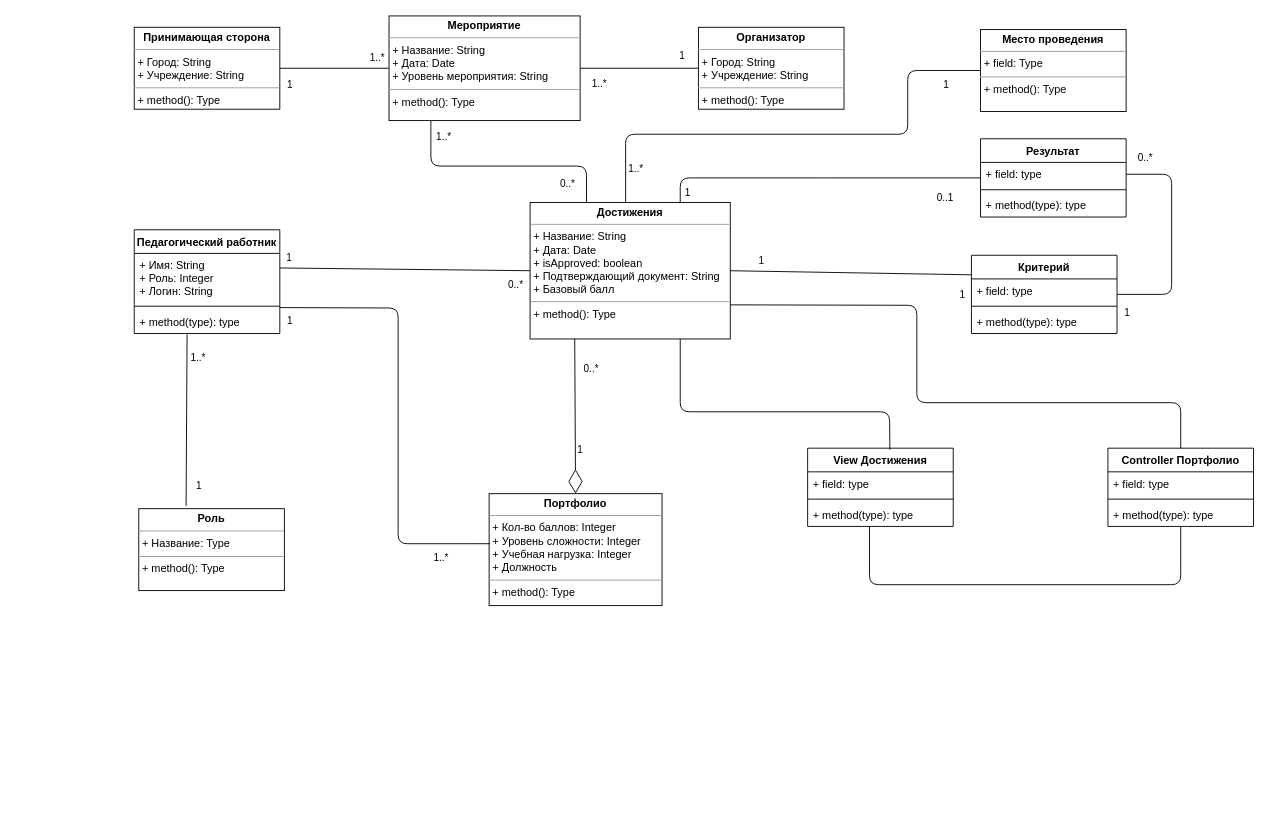
This is page "Page-2" (2 of 2) of Диаграмма классов.drawio from Alexk80/keywords, a draw.io file, before an edit. Source tidied: cells renumbered, new cells numbered last; positions are measured from the earlier drawing's top-left corner, leaving out a move shared by most shapes. Both pictures are drawn from the tidied source at 91%, with x=0, y=0 at pixel (134, 15).
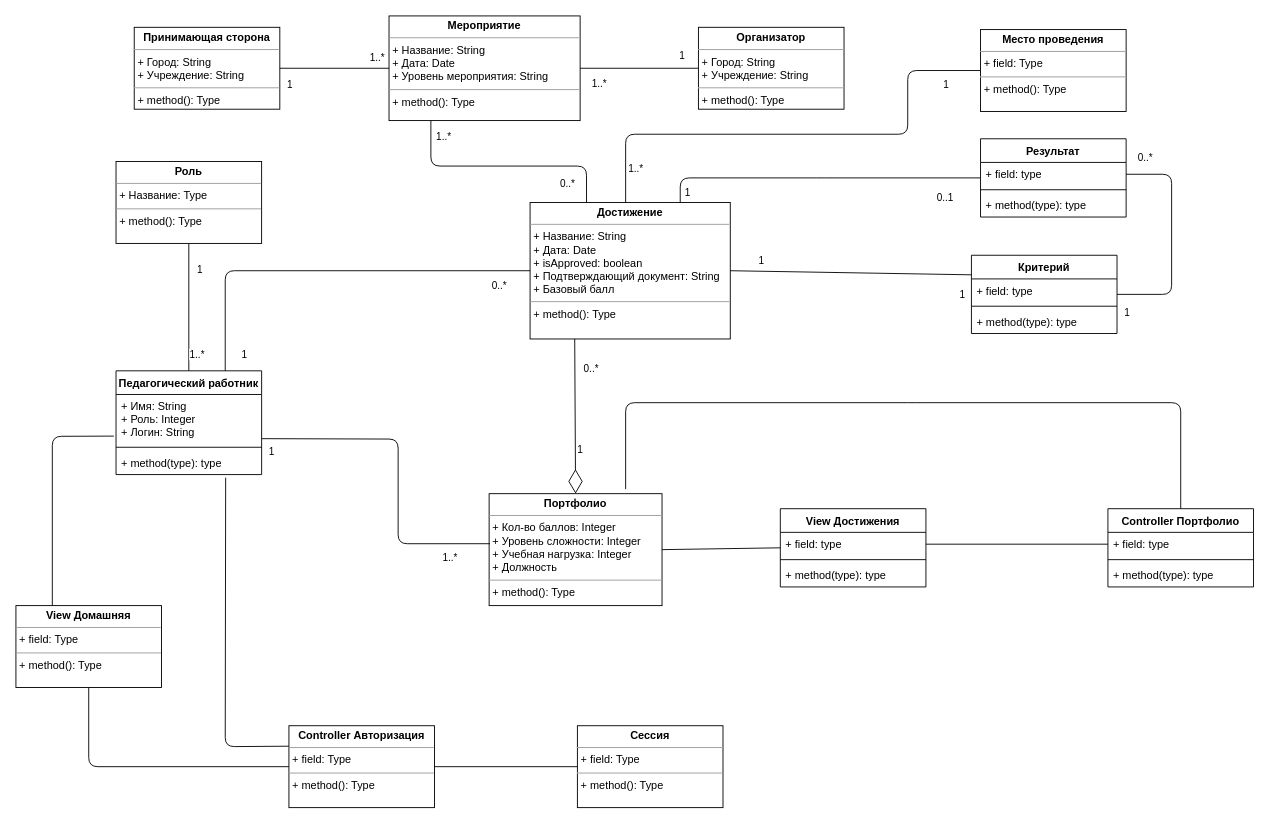
The same page after the edit.

Unchanged cells that the change refers to:
```xml
<mxCell id="3" value="+ Имя: String&#10;+ Роль: Integer&#10;+ Логин: String&#10;" style="text;strokeColor=none;fillColor=none;align=left;verticalAlign=top;spacingLeft=4;spacingRight=4;overflow=hidden;points=[[0,0.5],[1,0.5]];portConstraint=eastwest;" parent="2" vertex="1">
  <mxGeometry y="26" width="160" height="54" as="geometry" />
</mxCell>
<mxCell id="5" value="+ method(type): type" style="text;strokeColor=none;fillColor=none;align=left;verticalAlign=top;spacingLeft=4;spacingRight=4;overflow=hidden;points=[[0,0.5],[1,0.5]];portConstraint=eastwest;" parent="2" vertex="1">
  <mxGeometry y="88" width="160" height="26" as="geometry" />
</mxCell>
<mxCell id="8" value="&lt;p style=&quot;margin: 0px ; margin-top: 4px ; text-align: center&quot;&gt;&lt;b&gt;Портфолио&lt;/b&gt;&lt;br&gt;&lt;/p&gt;&lt;hr size=&quot;1&quot;&gt;&lt;p style=&quot;margin: 0px ; margin-left: 4px&quot;&gt;+ Кол-во баллов: Integer&lt;br&gt;&lt;/p&gt;&lt;p style=&quot;margin: 0px ; margin-left: 4px&quot;&gt;+ Уровень сложности: Integer&lt;/p&gt;&lt;p style=&quot;margin: 0px ; margin-left: 4px&quot;&gt;+ Учебная нагрузка: Integer&lt;/p&gt;&lt;p style=&quot;margin: 0px ; margin-left: 4px&quot;&gt;+ Должность&lt;br&gt;&lt;/p&gt;&lt;hr size=&quot;1&quot;&gt;&lt;p style=&quot;margin: 0px ; margin-left: 4px&quot;&gt;+ method(): Type&lt;/p&gt;" style="verticalAlign=top;align=left;overflow=fill;fontSize=12;fontFamily=Helvetica;html=1;" parent="1" vertex="1">
  <mxGeometry x="390" y="525" width="190" height="123" as="geometry" />
</mxCell>
<mxCell id="55" value="+ field: type" style="text;strokeColor=none;fillColor=none;align=left;verticalAlign=top;spacingLeft=4;spacingRight=4;overflow=hidden;points=[[0,0.5],[1,0.5]];portConstraint=eastwest;" parent="54" vertex="1">
  <mxGeometry y="26" width="160" height="26" as="geometry" />
</mxCell>
<mxCell id="60" value="+ field: type" style="text;strokeColor=none;fillColor=none;align=left;verticalAlign=top;spacingLeft=4;spacingRight=4;overflow=hidden;points=[[0,0.5],[1,0.5]];portConstraint=eastwest;" parent="59" vertex="1">
  <mxGeometry y="26" width="160" height="26" as="geometry" />
</mxCell>
```

What changed in the source:
```diff
@@
     <mxCell id="2" value="Педагогический работник" style="swimlane;fontStyle=1;align=center;verticalAlign=top;horizontal=1;startSize=26;" parent="1" vertex="1">
-      <mxGeometry y="235" width="160" height="114" as="geometry" />
+      <mxGeometry x="-20" y="390" width="160" height="114" as="geometry" />
     </mxCell>
@@
     <mxCell id="9" value="&lt;p style=&quot;margin: 0px ; margin-top: 4px ; text-align: center&quot;&gt;&lt;b&gt;Роль&lt;/b&gt;&lt;br&gt;&lt;/p&gt;&lt;hr size=&quot;1&quot;&gt;&lt;p style=&quot;margin: 0px ; margin-left: 4px&quot;&gt;+ Название: Type&lt;/p&gt;&lt;hr size=&quot;1&quot;&gt;&lt;p style=&quot;margin: 0px ; margin-left: 4px&quot;&gt;+ method(): Type&lt;/p&gt;" style="verticalAlign=top;align=left;overflow=fill;fontSize=12;fontFamily=Helvetica;html=1;" parent="1" vertex="1">
-      <mxGeometry x="5" y="541.5" width="160" height="90" as="geometry" />
+      <mxGeometry x="-20" y="160" width="160" height="90" as="geometry" />
     </mxCell>
-    <mxCell id="10" value="&lt;p style=&quot;margin: 0px ; margin-top: 4px ; text-align: center&quot;&gt;&lt;b&gt;Достижения&lt;/b&gt;&lt;br&gt;&lt;/p&gt;&lt;hr size=&quot;1&quot;&gt;&lt;p style=&quot;margin: 0px ; margin-left: 4px&quot;&gt;+ Название: String&lt;/p&gt;&lt;p style=&quot;margin: 0px ; margin-left: 4px&quot;&gt;+ Дата: Date&lt;/p&gt;&lt;p style=&quot;margin: 0px ; margin-left: 4px&quot;&gt;+ isApproved: boolean&lt;/p&gt;&lt;p style=&quot;margin: 0px ; margin-left: 4px&quot;&gt;+ Подтверждающий документ: String&lt;/p&gt;&lt;p style=&quot;margin: 0px ; margin-left: 4px&quot;&gt;+ Базовый балл&lt;br&gt;&lt;/p&gt;&lt;hr size=&quot;1&quot;&gt;&lt;p style=&quot;margin: 0px ; margin-left: 4px&quot;&gt;+ method(): Type&lt;/p&gt;" style="verticalAlign=top;align=left;overflow=fill;fontSize=12;fontFamily=Helvetica;html=1;" parent="1" vertex="1">
+    <mxCell id="10" value="&lt;p style=&quot;margin: 0px ; margin-top: 4px ; text-align: center&quot;&gt;&lt;b&gt;Достижение&lt;/b&gt;&lt;br&gt;&lt;/p&gt;&lt;hr size=&quot;1&quot;&gt;&lt;p style=&quot;margin: 0px ; margin-left: 4px&quot;&gt;+ Название: String&lt;/p&gt;&lt;p style=&quot;margin: 0px ; margin-left: 4px&quot;&gt;+ Дата: Date&lt;/p&gt;&lt;p style=&quot;margin: 0px ; margin-left: 4px&quot;&gt;+ isApproved: boolean&lt;/p&gt;&lt;p style=&quot;margin: 0px ; margin-left: 4px&quot;&gt;+ Подтверждающий документ: String&lt;/p&gt;&lt;p style=&quot;margin: 0px ; margin-left: 4px&quot;&gt;+ Базовый балл&lt;br&gt;&lt;/p&gt;&lt;hr size=&quot;1&quot;&gt;&lt;p style=&quot;margin: 0px ; margin-left: 4px&quot;&gt;+ method(): Type&lt;/p&gt;" style="verticalAlign=top;align=left;overflow=fill;fontSize=12;fontFamily=Helvetica;html=1;" parent="1" vertex="1">
       <mxGeometry x="435" y="205" width="220" height="150" as="geometry" />
     </mxCell>
-    <mxCell id="11" style="endArrow=none;html=1;entryX=0.363;entryY=1.038;entryDx=0;entryDy=0;entryPerimeter=0;exitX=0.325;exitY=-0.033;exitDx=0;exitDy=0;exitPerimeter=0;" parent="1" edge="1" source="9" target="5">
+    <mxCell id="11" style="endArrow=none;html=1;exitX=0.5;exitY=1;exitDx=0;exitDy=0;entryX=0.5;entryY=0;entryDx=0;entryDy=0;" parent="1" edge="1" source="9" target="2">
       <mxGeometry relative="1" as="geometry" />
     </mxCell>
@@
-    <mxCell id="14" style="endArrow=none;html=1;exitX=1;exitY=0.296;exitDx=0;exitDy=0;entryX=0;entryY=0.5;entryDx=0;entryDy=0;exitPerimeter=0;" parent="1" edge="1" source="3" target="10">
-      <mxGeometry relative="1" as="geometry" />
+    <mxCell id="14" style="endArrow=none;html=1;exitX=0.75;exitY=0;exitDx=0;exitDy=0;entryX=0;entryY=0.5;entryDx=0;entryDy=0;" parent="1" edge="1" source="2" target="10">
+      <mxGeometry relative="1" as="geometry">
+        <Array as="points">
+          <mxPoint x="100" y="280" />
+        </Array>
+      </mxGeometry>
     </mxCell>
     <mxCell id="15" value="1" style="edgeLabel;html=1;align=center;verticalAlign=middle;" parent="14" vertex="1">
       <mxGeometry x="-0.72" y="-2" relative="1" as="geometry">
-        <mxPoint x="-29" y="-14" as="offset" />
+        <mxPoint x="18" y="43" as="offset" />
       </mxGeometry>
     </mxCell>
@@
-    <mxCell id="51" style="endArrow=none;html=1;entryX=0.005;entryY=0.447;entryDx=0;entryDy=0;exitX=1;exitY=0.75;exitDx=0;exitDy=0;entryPerimeter=0;" parent="1" edge="1" source="2" target="8">
+    <mxCell id="51" style="endArrow=none;html=1;entryX=0.005;entryY=0.447;entryDx=0;entryDy=0;entryPerimeter=0;exitX=1.003;exitY=0.899;exitDx=0;exitDy=0;exitPerimeter=0;" parent="1" edge="1" source="3" target="8">
       <mxGeometry relative="1" as="geometry">
         <Array as="points">
-          <mxPoint x="290" y="321" />
+          <mxPoint x="290" y="465" />
           <mxPoint x="290" y="580" />
         </Array>
       </mxGeometry>
     </mxCell>
@@
     <mxCell id="53" value="1" style="edgeLabel;html=1;align=center;verticalAlign=middle;" parent="51" vertex="1">
       <mxGeometry x="-0.78" y="2" relative="1" as="geometry">
-        <mxPoint x="-44" y="16" as="offset" />
+        <mxPoint x="-30" y="16" as="offset" />
       </mxGeometry>
     </mxCell>
     <mxCell id="54" value="View Достижения" style="swimlane;fontStyle=1;align=center;verticalAlign=top;horizontal=1;startSize=26;" parent="1" vertex="1">
-      <mxGeometry x="740" y="475" width="160" height="86" as="geometry" />
+      <mxGeometry x="710" y="541.5" width="160" height="86" as="geometry" />
     </mxCell>
@@
-    <mxCell id="58" style="endArrow=none;html=1;entryX=0.75;entryY=1;entryDx=0;entryDy=0;exitX=0.565;exitY=0.02;exitDx=0;exitDy=0;exitPerimeter=0;" parent="1" edge="1" source="54" target="10">
-      <mxGeometry relative="1" as="geometry">
-        <Array as="points">
-          <mxPoint x="830" y="435" />
-          <mxPoint x="600" y="435" />
-        </Array>
-      </mxGeometry>
+    <mxCell id="58" style="endArrow=none;html=1;entryX=1;entryY=0.5;entryDx=0;entryDy=0;exitX=0;exitY=0.5;exitDx=0;exitDy=0;" parent="1" edge="1" source="54" target="8">
+      <mxGeometry relative="1" as="geometry" />
     </mxCell>
     <mxCell id="59" value="Controller Портфолио" style="swimlane;fontStyle=1;align=center;verticalAlign=top;horizontal=1;startSize=26;" parent="1" vertex="1">
-      <mxGeometry x="1070" y="475" width="160" height="86" as="geometry" />
+      <mxGeometry x="1070" y="541.5" width="160" height="86" as="geometry" />
     </mxCell>
@@
-    <mxCell id="63" style="endArrow=none;html=1;exitX=0.5;exitY=1;exitDx=0;exitDy=0;" parent="1" edge="1" source="59">
-      <mxGeometry relative="1" as="geometry">
-        <mxPoint x="808" y="561" as="targetPoint" />
-        <Array as="points">
-          <mxPoint x="1150" y="625" />
-          <mxPoint x="808" y="625" />
-        </Array>
-      </mxGeometry>
-    </mxCell>
-    <mxCell id="64" style="endArrow=none;html=1;entryX=0.5;entryY=0;entryDx=0;entryDy=0;exitX=1;exitY=0.75;exitDx=0;exitDy=0;" parent="1" edge="1" source="10" target="59">
+    <mxCell id="64" style="endArrow=none;html=1;entryX=0.5;entryY=0;entryDx=0;entryDy=0;" parent="1" edge="1" target="59">
       <mxGeometry relative="1" as="geometry">
+        <mxPoint x="540" y="520" as="sourcePoint" />
         <Array as="points">
-          <mxPoint x="860" y="318" />
+          <mxPoint x="540" y="425" />
           <mxPoint x="860" y="425" />
           <mxPoint x="1150" y="425" />
         </Array>
       </mxGeometry>
     </mxCell>
+    <mxCell id="65" style="endArrow=none;html=1;entryX=0;entryY=0.5;entryDx=0;entryDy=0;exitX=1;exitY=0.5;exitDx=0;exitDy=0;" parent="1" edge="1" source="55" target="60">
+      <mxGeometry relative="1" as="geometry" />
+    </mxCell>
+    <mxCell id="66" value="&lt;p style=&quot;margin: 0px ; margin-top: 4px ; text-align: center&quot;&gt;&lt;b&gt;Сессия&lt;/b&gt;&lt;br&gt;&lt;/p&gt;&lt;hr size=&quot;1&quot;&gt;&lt;p style=&quot;margin: 0px ; margin-left: 4px&quot;&gt;+ field: Type&lt;/p&gt;&lt;hr size=&quot;1&quot;&gt;&lt;p style=&quot;margin: 0px ; margin-left: 4px&quot;&gt;+ method(): Type&lt;/p&gt;" style="verticalAlign=top;align=left;overflow=fill;fontSize=12;fontFamily=Helvetica;html=1;" parent="1" vertex="1">
+      <mxGeometry x="487" y="780" width="160" height="90" as="geometry" />
+    </mxCell>
+    <mxCell id="67" value="&lt;p style=&quot;margin: 0px ; margin-top: 4px ; text-align: center&quot;&gt;&lt;b&gt;Controller Авторизация&lt;/b&gt;&lt;br&gt;&lt;/p&gt;&lt;hr size=&quot;1&quot;&gt;&lt;p style=&quot;margin: 0px ; margin-left: 4px&quot;&gt;+ field: Type&lt;/p&gt;&lt;hr size=&quot;1&quot;&gt;&lt;p style=&quot;margin: 0px ; margin-left: 4px&quot;&gt;+ method(): Type&lt;/p&gt;" style="verticalAlign=top;align=left;overflow=fill;fontSize=12;fontFamily=Helvetica;html=1;" parent="1" vertex="1">
+      <mxGeometry x="170" y="780" width="160" height="90" as="geometry" />
+    </mxCell>
+    <mxCell id="68" value="&lt;p style=&quot;margin: 0px ; margin-top: 4px ; text-align: center&quot;&gt;&lt;b&gt;View Домашняя&lt;/b&gt;&lt;br&gt;&lt;/p&gt;&lt;hr size=&quot;1&quot;&gt;&lt;p style=&quot;margin: 0px ; margin-left: 4px&quot;&gt;+ field: Type&lt;/p&gt;&lt;hr size=&quot;1&quot;&gt;&lt;p style=&quot;margin: 0px ; margin-left: 4px&quot;&gt;+ method(): Type&lt;/p&gt;" style="verticalAlign=top;align=left;overflow=fill;fontSize=12;fontFamily=Helvetica;html=1;" parent="1" vertex="1">
+      <mxGeometry x="-130" y="648" width="160" height="90" as="geometry" />
+    </mxCell>
+    <mxCell id="69" style="endArrow=none;html=1;entryX=-0.015;entryY=0.847;entryDx=0;entryDy=0;entryPerimeter=0;exitX=0.25;exitY=0;exitDx=0;exitDy=0;" parent="1" edge="1" source="68" target="3">
+      <mxGeometry relative="1" as="geometry">
+        <Array as="points">
+          <mxPoint x="-90" y="462" />
+        </Array>
+      </mxGeometry>
+    </mxCell>
+    <mxCell id="70" style="endArrow=none;html=1;exitX=0.5;exitY=1;exitDx=0;exitDy=0;entryX=0;entryY=0.5;entryDx=0;entryDy=0;" parent="1" edge="1" source="68" target="67">
+      <mxGeometry relative="1" as="geometry">
+        <Array as="points">
+          <mxPoint x="-50" y="825" />
+        </Array>
+      </mxGeometry>
+    </mxCell>
+    <mxCell id="71" style="endArrow=none;html=1;entryX=0.753;entryY=1.132;entryDx=0;entryDy=0;entryPerimeter=0;exitX=0;exitY=0.25;exitDx=0;exitDy=0;" parent="1" edge="1" source="67" target="5">
+      <mxGeometry relative="1" as="geometry">
+        <Array as="points">
+          <mxPoint x="100" y="803" />
+        </Array>
+      </mxGeometry>
+    </mxCell>
+    <mxCell id="72" style="endArrow=none;html=1;exitX=1;exitY=0.5;exitDx=0;exitDy=0;entryX=0;entryY=0.5;entryDx=0;entryDy=0;" parent="1" edge="1" source="67" target="66">
+      <mxGeometry relative="1" as="geometry" />
+    </mxCell>
```
